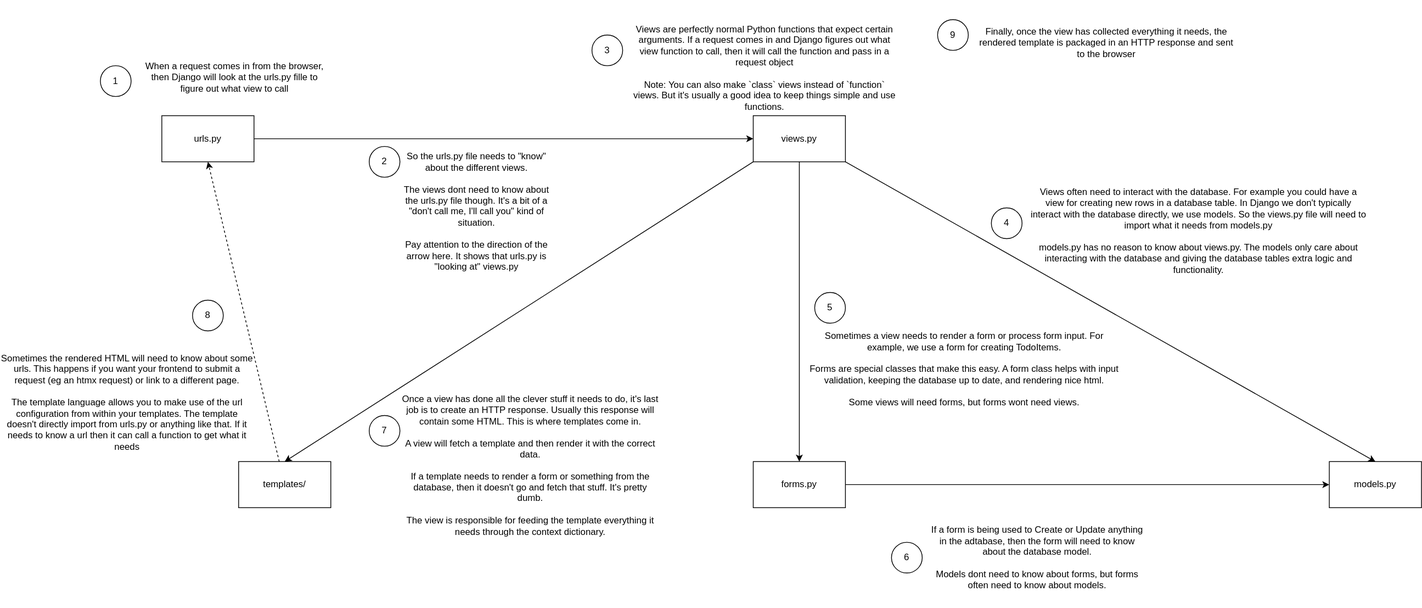
Before: tutorial/images/django-concept-map.drawio.svg, a diagram exported from draw.io (Guild-of-Educators/tutorial-modern-frontend-django-htmx). Source tidied: cells renumbered, new cells last; positions are measured from the earlier drawing's top-left corner, leaving out a move shared by most shapes. Source of this version:
```xml
<mxGraphModel background="#ffffff">
  <root>
    <mxCell id="0" />
    <mxCell id="1" parent="0" />
    <mxCell id="2" style="edgeStyle=none;html=1;exitX=1;exitY=0.5;exitDx=0;exitDy=0;entryX=0;entryY=0.5;entryDx=0;entryDy=0;" parent="1" edge="1" source="3" target="19">
      <mxGeometry relative="1" as="geometry" />
    </mxCell>
    <mxCell id="3" value="forms.py" style="whiteSpace=wrap;html=1;" parent="1" vertex="1">
      <mxGeometry x="980" y="600" width="120" height="60" as="geometry" />
    </mxCell>
    <mxCell id="4" style="edgeStyle=none;html=1;exitX=1;exitY=1;exitDx=0;exitDy=0;entryX=0.5;entryY=0;entryDx=0;entryDy=0;" parent="1" edge="1" source="7" target="19">
      <mxGeometry relative="1" as="geometry" />
    </mxCell>
    <mxCell id="5" style="edgeStyle=none;html=1;entryX=0.5;entryY=0;entryDx=0;entryDy=0;" parent="1" edge="1" source="7" target="3">
      <mxGeometry relative="1" as="geometry" />
    </mxCell>
    <mxCell id="6" style="edgeStyle=none;html=1;exitX=0;exitY=1;exitDx=0;exitDy=0;entryX=0.5;entryY=0;entryDx=0;entryDy=0;" parent="1" edge="1" source="7" target="9">
      <mxGeometry relative="1" as="geometry" />
    </mxCell>
    <mxCell id="7" value="views.py" style="whiteSpace=wrap;html=1;" parent="1" vertex="1">
      <mxGeometry x="980" y="150" width="120" height="60" as="geometry" />
    </mxCell>
    <mxCell id="8" style="edgeStyle=none;html=1;entryX=0.5;entryY=1;entryDx=0;entryDy=0;dashed=1;" parent="1" edge="1" source="9" target="11">
      <mxGeometry relative="1" as="geometry" />
    </mxCell>
    <mxCell id="9" value="templates/" style="whiteSpace=wrap;html=1;" parent="1" vertex="1">
      <mxGeometry x="310" y="600" width="120" height="60" as="geometry" />
    </mxCell>
    <mxCell id="10" style="edgeStyle=none;html=1;exitX=1;exitY=0.5;exitDx=0;exitDy=0;entryX=0;entryY=0.5;entryDx=0;entryDy=0;" parent="1" edge="1" source="11" target="7">
      <mxGeometry relative="1" as="geometry" />
    </mxCell>
    <mxCell id="11" value="urls.py" style="whiteSpace=wrap;html=1;" parent="1" vertex="1">
      <mxGeometry x="210" y="150" width="120" height="60" as="geometry" />
    </mxCell>
    <mxCell id="12" value="When a request comes in from the browser, then Django will look at the urls.py fille to figure out what view to call" style="text;html=1;strokeColor=none;fillColor=none;align=center;verticalAlign=middle;whiteSpace=wrap;rounded=0;" parent="1" vertex="1">
      <mxGeometry x="180" y="55" width="250" height="90" as="geometry" />
    </mxCell>
    <mxCell id="13" value="&lt;font color=&quot;#000000&quot;&gt;So the urls.py file needs to &quot;know&quot; about the different views.&lt;br&gt;&lt;br&gt;The views dont need to know about the urls.py file though. It's a bit of a &quot;don't call me, I'll call you&quot; kind of situation.&lt;br&gt;&lt;br&gt;Pay attention to the direction of the arrow here. It shows that urls.py is &quot;looking at&quot; views.py&lt;/font&gt;" style="text;html=1;strokeColor=none;fillColor=none;align=center;verticalAlign=middle;whiteSpace=wrap;rounded=0;" parent="1" vertex="1">
      <mxGeometry x="520" y="190" width="200" height="170" as="geometry" />
    </mxCell>
    <mxCell id="14" value="1" style="ellipse;whiteSpace=wrap;html=1;" parent="1" vertex="1">
      <mxGeometry x="130" y="85" width="40" height="40" as="geometry" />
    </mxCell>
    <mxCell id="15" value="2" style="ellipse;whiteSpace=wrap;html=1;" parent="1" vertex="1">
      <mxGeometry x="480" y="190" width="40" height="40" as="geometry" />
    </mxCell>
    <mxCell id="16" value="&lt;font color=&quot;#000000&quot;&gt;Views are perfectly normal Python functions that expect certain arguments. If a request comes in and Django figures out what view function to call, then it will call the function and pass in a request object&lt;br&gt;&lt;br&gt;Note: You can also make `class` views instead of `function` views. But it's usually a good idea to keep things simple and use functions.&lt;/font&gt;" style="text;html=1;strokeColor=none;fillColor=none;align=center;verticalAlign=middle;whiteSpace=wrap;rounded=0;" parent="1" vertex="1">
      <mxGeometry x="820" y="15" width="350" height="145" as="geometry" />
    </mxCell>
    <mxCell id="17" value="3" style="ellipse;whiteSpace=wrap;html=1;" parent="1" vertex="1">
      <mxGeometry x="770" y="45" width="40" height="40" as="geometry" />
    </mxCell>
    <mxCell id="18" value="&lt;font color=&quot;#000000&quot;&gt;Views often need to interact with the database. For example you could have a view for creating new rows in a database table. In Django we don't typically interact with the database directly, we use models. So the views.py file will need to import what it needs from models.py&lt;br&gt;&lt;/font&gt;&lt;br&gt;&lt;font color=&quot;#000000&quot;&gt;models.py has no reason to know about views.py. The models only care about interacting with the database and giving the database tables extra logic and functionality.&lt;/font&gt;" style="text;html=1;strokeColor=none;fillColor=none;align=center;verticalAlign=middle;whiteSpace=wrap;rounded=0;" parent="1" vertex="1">
      <mxGeometry x="1340" y="230" width="440" height="140" as="geometry" />
    </mxCell>
    <mxCell id="19" value="models.py" style="rounded=0;whiteSpace=wrap;html=1;" parent="1" vertex="1">
      <mxGeometry x="1730" y="600" width="120" height="60" as="geometry" />
    </mxCell>
    <mxCell id="20" value="4" style="ellipse;whiteSpace=wrap;html=1;" parent="1" vertex="1">
      <mxGeometry x="1290" y="270" width="40" height="40" as="geometry" />
    </mxCell>
    <mxCell id="21" value="&lt;font color=&quot;#000000&quot;&gt;Sometimes a view needs to render a form or process form input. For example, we use a form for creating TodoItems.&lt;br&gt;&lt;br&gt;Forms are special classes that make this easy. A form class helps with input validation, keeping the database up to date, and rendering nice html.&lt;br&gt;&lt;br&gt;Some views will need forms, but forms wont need views.&lt;/font&gt;" style="text;html=1;strokeColor=none;fillColor=none;align=center;verticalAlign=middle;whiteSpace=wrap;rounded=0;" parent="1" vertex="1">
      <mxGeometry x="1050" y="400" width="410" height="160" as="geometry" />
    </mxCell>
    <mxCell id="22" value="5" style="ellipse;whiteSpace=wrap;html=1;" parent="1" vertex="1">
      <mxGeometry x="1060" y="380" width="40" height="40" as="geometry" />
    </mxCell>
    <mxCell id="23" value="If a form is being used to Create or Update anything in the adtabase, then the form will need to know about the database model.&lt;br&gt;&lt;br&gt;Models dont need to know about forms, but forms often need to know about models." style="text;html=1;strokeColor=none;fillColor=none;align=center;verticalAlign=middle;whiteSpace=wrap;rounded=0;" parent="1" vertex="1">
      <mxGeometry x="1210" y="660" width="280" height="130" as="geometry" />
    </mxCell>
    <mxCell id="24" value="6" style="ellipse;whiteSpace=wrap;html=1;" parent="1" vertex="1">
      <mxGeometry x="1160" y="705" width="40" height="40" as="geometry" />
    </mxCell>
    <mxCell id="25" value="&lt;font color=&quot;#000000&quot;&gt;Once a view has done all the clever stuff it needs to do, it's last job is to create an HTTP response. Usually this response will contain some HTML. This is where templates come in.&lt;br&gt;&lt;br&gt;A view will fetch a template and then render it with the correct data.&lt;br&gt;&lt;br&gt;If a template needs to render a form or something from the database, then it doesn't go and fetch that stuff. It's pretty dumb. &lt;br&gt;&lt;br&gt;The view is responsible for feeding the template everything it needs through the context dictionary.&amp;nbsp;&lt;/font&gt;" style="text;html=1;strokeColor=none;fillColor=none;align=center;verticalAlign=middle;whiteSpace=wrap;rounded=0;" parent="1" vertex="1">
      <mxGeometry x="520" y="530" width="340" height="150" as="geometry" />
    </mxCell>
    <mxCell id="26" value="7" style="ellipse;whiteSpace=wrap;html=1;" parent="1" vertex="1">
      <mxGeometry x="480" y="540" width="40" height="40" as="geometry" />
    </mxCell>
    <mxCell id="27" value="&lt;font color=&quot;#000000&quot;&gt;Sometimes the rendered HTML will need to know about some urls. This happens if you want your frontend to submit a request (eg an htmx request) or link to a different page.&amp;nbsp;&lt;br&gt;&lt;br&gt;The template language allows you to make use of the url configuration from within your templates. The template doesn't directly import from urls.py or anything like that. If it needs to know a url then it can call a function to get what it needs&lt;/font&gt;" style="text;html=1;strokeColor=none;fillColor=none;align=center;verticalAlign=middle;whiteSpace=wrap;rounded=0;" parent="1" vertex="1">
      <mxGeometry y="470" width="330" height="105" as="geometry" />
    </mxCell>
    <mxCell id="28" value="8" style="ellipse;whiteSpace=wrap;html=1;" parent="1" vertex="1">
      <mxGeometry x="250" y="390" width="40" height="40" as="geometry" />
    </mxCell>
    <mxCell id="29" value="&lt;font color=&quot;#000000&quot;&gt;Finally, once the view has collected everything it needs, the rendered template is packaged in an HTTP response and sent to the browser&lt;/font&gt;" style="text;html=1;strokeColor=none;fillColor=none;align=center;verticalAlign=middle;whiteSpace=wrap;rounded=0;" parent="1" vertex="1">
      <mxGeometry x="1270" width="340" height="110" as="geometry" />
    </mxCell>
    <mxCell id="30" value="9" style="ellipse;whiteSpace=wrap;html=1;" parent="1" vertex="1">
      <mxGeometry x="1220" y="25" width="40" height="40" as="geometry" />
    </mxCell>
  </root>
</mxGraphModel>
```
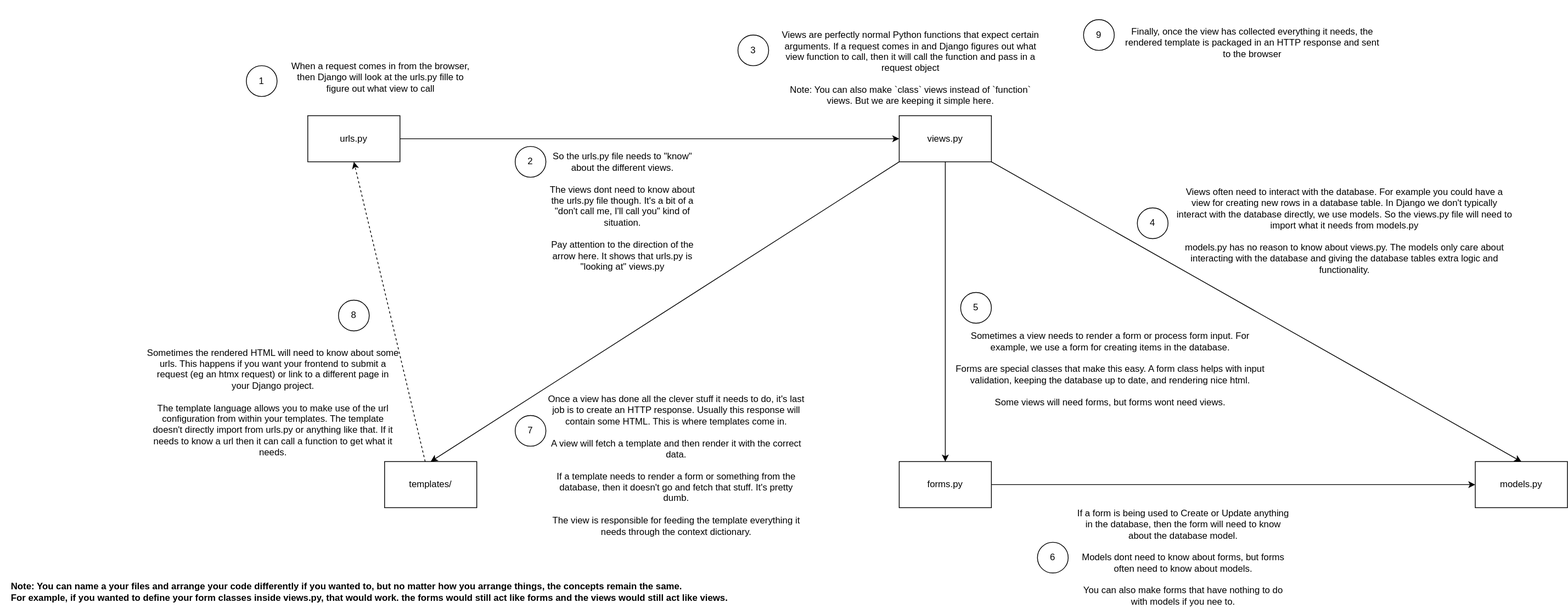
The same file after the commit.

Commit message:
concept map polish

Change to the diagram source:
```diff
@@ -32,7 +32,7 @@
     <mxCell id="11" value="urls.py" style="whiteSpace=wrap;html=1;" parent="1" vertex="1">
       <mxGeometry x="210" y="150" width="120" height="60" as="geometry" />
     </mxCell>
-    <mxCell id="12" value="When a request comes in from the browser, then Django will look at the urls.py fille to figure out what view to call" style="text;html=1;strokeColor=none;fillColor=none;align=center;verticalAlign=middle;whiteSpace=wrap;rounded=0;" parent="1" vertex="1">
+    <mxCell id="12" value="&lt;font color=&quot;#000000&quot;&gt;When a request comes in from the browser, then Django will look at the urls.py fille to figure out what view to call&lt;/font&gt;" style="text;html=1;strokeColor=none;fillColor=none;align=center;verticalAlign=middle;whiteSpace=wrap;rounded=0;" parent="1" vertex="1">
       <mxGeometry x="180" y="55" width="250" height="90" as="geometry" />
     </mxCell>
     <mxCell id="13" value="&lt;font color=&quot;#000000&quot;&gt;So the urls.py file needs to &quot;know&quot; about the different views.&lt;br&gt;&lt;br&gt;The views dont need to know about the urls.py file though. It's a bit of a &quot;don't call me, I'll call you&quot; kind of situation.&lt;br&gt;&lt;br&gt;Pay attention to the direction of the arrow here. It shows that urls.py is &quot;looking at&quot; views.py&lt;/font&gt;" style="text;html=1;strokeColor=none;fillColor=none;align=center;verticalAlign=middle;whiteSpace=wrap;rounded=0;" parent="1" vertex="1">
@@ -44,7 +44,7 @@
     <mxCell id="15" value="2" style="ellipse;whiteSpace=wrap;html=1;" parent="1" vertex="1">
       <mxGeometry x="480" y="190" width="40" height="40" as="geometry" />
     </mxCell>
-    <mxCell id="16" value="&lt;font color=&quot;#000000&quot;&gt;Views are perfectly normal Python functions that expect certain arguments. If a request comes in and Django figures out what view function to call, then it will call the function and pass in a request object&lt;br&gt;&lt;br&gt;Note: You can also make `class` views instead of `function` views. But it's usually a good idea to keep things simple and use functions.&lt;/font&gt;" style="text;html=1;strokeColor=none;fillColor=none;align=center;verticalAlign=middle;whiteSpace=wrap;rounded=0;" parent="1" vertex="1">
+    <mxCell id="16" value="&lt;font color=&quot;#000000&quot;&gt;Views are perfectly normal Python functions that expect certain arguments. If a request comes in and Django figures out what view function to call, then it will call the function and pass in a request object&lt;br&gt;&lt;br&gt;Note: You can also make `class` views instead of `function` views. But we are keeping it simple here.&lt;/font&gt;" style="text;html=1;strokeColor=none;fillColor=none;align=center;verticalAlign=middle;whiteSpace=wrap;rounded=0;" parent="1" vertex="1">
       <mxGeometry x="820" y="15" width="350" height="145" as="geometry" />
     </mxCell>
     <mxCell id="17" value="3" style="ellipse;whiteSpace=wrap;html=1;" parent="1" vertex="1">
@@ -59,13 +59,13 @@
     <mxCell id="20" value="4" style="ellipse;whiteSpace=wrap;html=1;" parent="1" vertex="1">
       <mxGeometry x="1290" y="270" width="40" height="40" as="geometry" />
     </mxCell>
-    <mxCell id="21" value="&lt;font color=&quot;#000000&quot;&gt;Sometimes a view needs to render a form or process form input. For example, we use a form for creating TodoItems.&lt;br&gt;&lt;br&gt;Forms are special classes that make this easy. A form class helps with input validation, keeping the database up to date, and rendering nice html.&lt;br&gt;&lt;br&gt;Some views will need forms, but forms wont need views.&lt;/font&gt;" style="text;html=1;strokeColor=none;fillColor=none;align=center;verticalAlign=middle;whiteSpace=wrap;rounded=0;" parent="1" vertex="1">
+    <mxCell id="21" value="&lt;font color=&quot;#000000&quot;&gt;Sometimes a view needs to render a form or process form input. For example, we use a form for creating items in the database.&lt;br&gt;&lt;br&gt;Forms are special classes that make this easy. A form class helps with input validation, keeping the database up to date, and rendering nice html.&lt;br&gt;&lt;br&gt;Some views will need forms, but forms wont need views.&lt;/font&gt;" style="text;html=1;strokeColor=none;fillColor=none;align=center;verticalAlign=middle;whiteSpace=wrap;rounded=0;" parent="1" vertex="1">
       <mxGeometry x="1050" y="400" width="410" height="160" as="geometry" />
     </mxCell>
     <mxCell id="22" value="5" style="ellipse;whiteSpace=wrap;html=1;" parent="1" vertex="1">
       <mxGeometry x="1060" y="380" width="40" height="40" as="geometry" />
     </mxCell>
-    <mxCell id="23" value="If a form is being used to Create or Update anything in the adtabase, then the form will need to know about the database model.&lt;br&gt;&lt;br&gt;Models dont need to know about forms, but forms often need to know about models." style="text;html=1;strokeColor=none;fillColor=none;align=center;verticalAlign=middle;whiteSpace=wrap;rounded=0;" parent="1" vertex="1">
+    <mxCell id="23" value="&lt;font color=&quot;#000000&quot;&gt;If a form is being used to Create or Update anything in the database, then the form will need to know about the database model.&lt;br&gt;&lt;br&gt;Models dont need to know about forms, but forms often need to know about models.&lt;br&gt;&lt;br&gt;You can also make forms that have nothing to do with models if you nee to.&lt;br&gt;&lt;/font&gt;" style="text;html=1;strokeColor=none;fillColor=none;align=center;verticalAlign=middle;whiteSpace=wrap;rounded=0;" parent="1" vertex="1">
       <mxGeometry x="1210" y="660" width="280" height="130" as="geometry" />
     </mxCell>
     <mxCell id="24" value="6" style="ellipse;whiteSpace=wrap;html=1;" parent="1" vertex="1">
@@ -77,7 +77,7 @@
     <mxCell id="26" value="7" style="ellipse;whiteSpace=wrap;html=1;" parent="1" vertex="1">
       <mxGeometry x="480" y="540" width="40" height="40" as="geometry" />
     </mxCell>
-    <mxCell id="27" value="&lt;font color=&quot;#000000&quot;&gt;Sometimes the rendered HTML will need to know about some urls. This happens if you want your frontend to submit a request (eg an htmx request) or link to a different page.&amp;nbsp;&lt;br&gt;&lt;br&gt;The template language allows you to make use of the url configuration from within your templates. The template doesn't directly import from urls.py or anything like that. If it needs to know a url then it can call a function to get what it needs&lt;/font&gt;" style="text;html=1;strokeColor=none;fillColor=none;align=center;verticalAlign=middle;whiteSpace=wrap;rounded=0;" parent="1" vertex="1">
+    <mxCell id="27" value="&lt;font color=&quot;#000000&quot;&gt;Sometimes the rendered HTML will need to know about some urls. This happens if you want your frontend to submit a request (eg an htmx request) or link to a different page in your Django project.&lt;br&gt;&lt;br&gt;The template language allows you to make use of the url configuration from within your templates. The template doesn't directly import from urls.py or anything like that. If it needs to know a url then it can call a function to get what it needs.&lt;br&gt;&lt;/font&gt;" style="text;html=1;strokeColor=none;fillColor=none;align=center;verticalAlign=middle;whiteSpace=wrap;rounded=0;" parent="1" vertex="1">
       <mxGeometry y="470" width="330" height="105" as="geometry" />
     </mxCell>
     <mxCell id="28" value="8" style="ellipse;whiteSpace=wrap;html=1;" parent="1" vertex="1">
@@ -89,5 +89,8 @@
     <mxCell id="30" value="9" style="ellipse;whiteSpace=wrap;html=1;" parent="1" vertex="1">
       <mxGeometry x="1220" y="25" width="40" height="40" as="geometry" />
     </mxCell>
+    <mxCell id="31" value="&lt;div style=&quot;text-align: left;&quot;&gt;&lt;span style=&quot;background-color: initial;&quot;&gt;&lt;b&gt;Note: You can name a your files and arrange your code differently if you wanted to, but no matter how you arrange things, the concepts remain the same.&lt;/b&gt;&lt;/span&gt;&lt;/div&gt;&lt;div style=&quot;text-align: left;&quot;&gt;&lt;span style=&quot;background-color: initial;&quot;&gt;&lt;b&gt;For example, if you wanted to define your form classes inside views.py, that would work. the forms would still act like forms and the views would still act like views.&lt;/b&gt;&lt;/span&gt;&lt;/div&gt;" style="text;html=1;align=center;verticalAlign=middle;strokeColor=none;fillColor=none;fontColor=#000000;" parent="1" vertex="1">
+      <mxGeometry x="-190" y="750" width="960" height="40" as="geometry" />
+    </mxCell>
   </root>
 </mxGraphModel>
```
